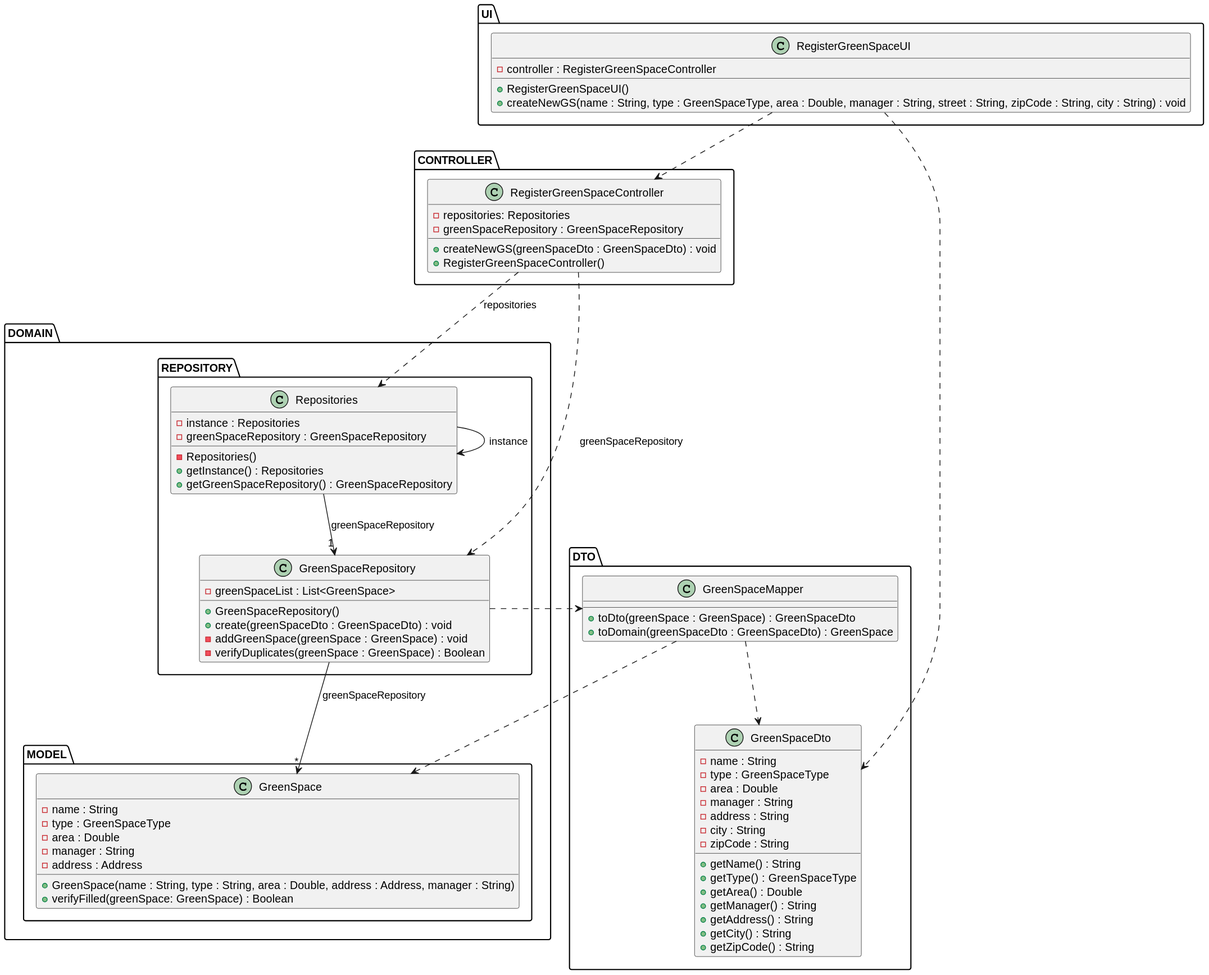
This is docs/sprintC/us020/03.design/svg/us020-class-diagram.svg from ricardomm7/leaflink, a PlantUML export, as it was before one commit.
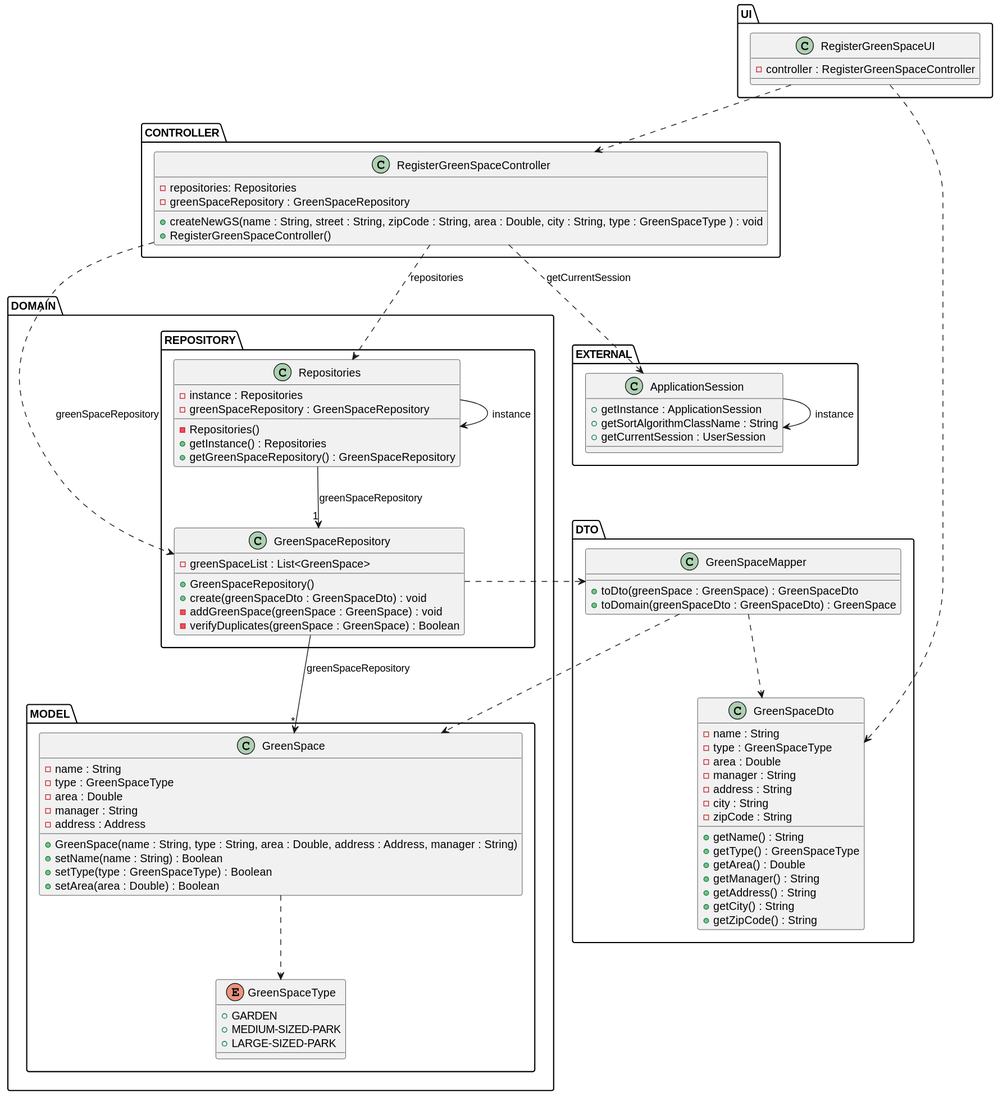
After the commit.

Diff of the diagram source:
```diff
@@ -5,8 +5,6 @@
 package UI {
     class RegisterGreenSpaceUI {
         - controller : RegisterGreenSpaceController
-        + RegisterGreenSpaceUI()
-        + createNewGS(name : String, type : GreenSpaceType, area : Double, manager : String, street : String, zipCode : String, city : String) : void
     }
 }
 
@@ -14,7 +12,7 @@
     class RegisterGreenSpaceController {
         - repositories: Repositories
         - greenSpaceRepository : GreenSpaceRepository
-        + createNewGS(greenSpaceDto : GreenSpaceDto) : void
+        + createNewGS(name : String, street : String, zipCode : String, area : Double, city : String, type : GreenSpaceType ) : void
         + RegisterGreenSpaceController()
     }
 }
@@ -45,8 +43,15 @@
         - manager : String
         - address : Address
         + GreenSpace(name : String, type : String, area : Double, address : Address, manager : String)
-        + verifyFilled(greenSpace: GreenSpace) : Boolean
+        + setName(name : String) : Boolean
+        + setType(type : GreenSpaceType) : Boolean
+        + setArea(area : Double) : Boolean
     }
+       enum GreenSpaceType{
+       +GARDEN
+       +MEDIUM-SIZED-PARK
+       +LARGE-SIZED-PARK
+       }
 }
 }
 package DTO{
@@ -72,6 +77,13 @@
         +toDomain(greenSpaceDto : GreenSpaceDto) : GreenSpace
     }
     }
+    package EXTERNAL{
+    class ApplicationSession{
+            +getInstance : ApplicationSession
+            +getSortAlgorithmClassName : String
+            +getCurrentSession : UserSession
+    }
+    }
 
 RegisterGreenSpaceUI ..> RegisterGreenSpaceController
 RegisterGreenSpaceController ..> Repositories: repositories
@@ -83,4 +95,8 @@
 GreenSpaceRepository ..> GreenSpaceMapper
 GreenSpaceMapper ..> GreenSpace
 GreenSpaceMapper ..> GreenSpaceDto
+GreenSpace ..> GreenSpaceType
+ApplicationSession --> ApplicationSession: instance
+
+RegisterGreenSpaceController ..> ApplicationSession  : getCurrentSession
 @enduml
```
